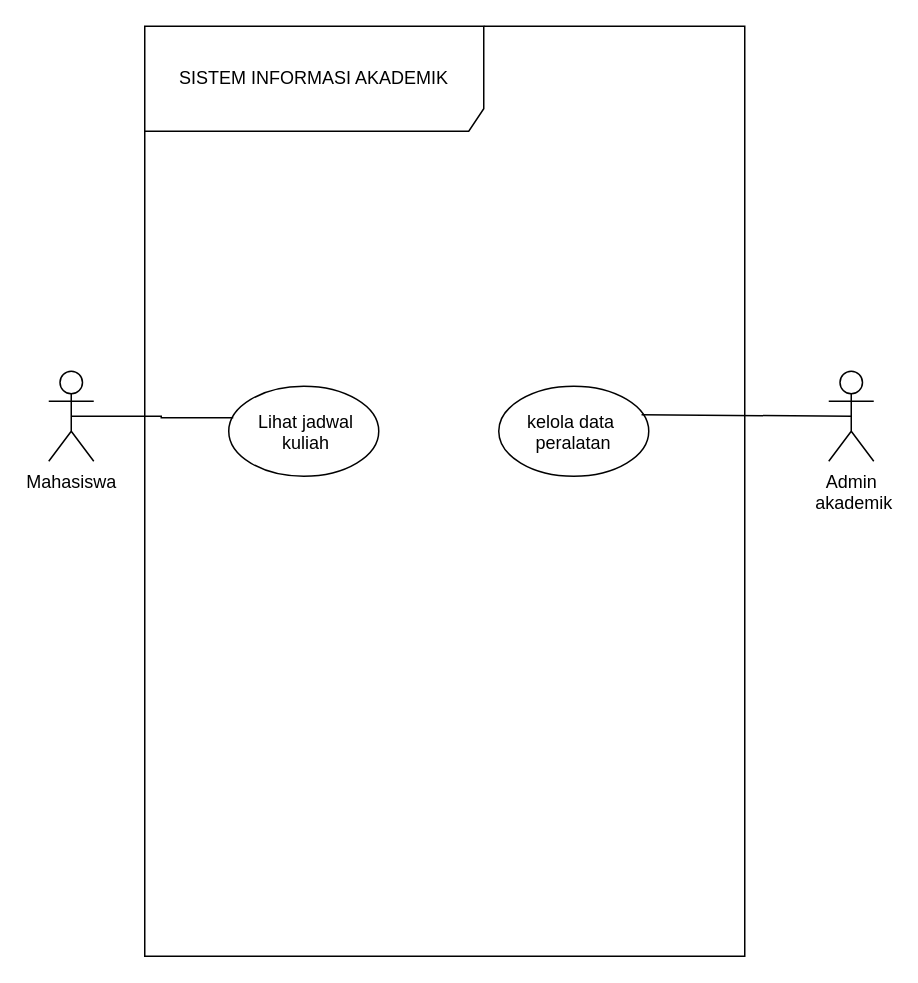
This is 03_latihan_tools/P02/SIA/P02_2406120_SIA_notasi_usecase_v01.drawio from 2406120-sys/-IFRWP5149_2406120_LabAlat.-, a draw.io file, before an edit. Source tidied: cells renumbered, new cells numbered last; positions are measured from the earlier drawing's top-left corner, leaving out a move shared by most shapes. Both pictures are drawn from the tidied source at 150%, with x=0, y=0 at pixel (48, 26).
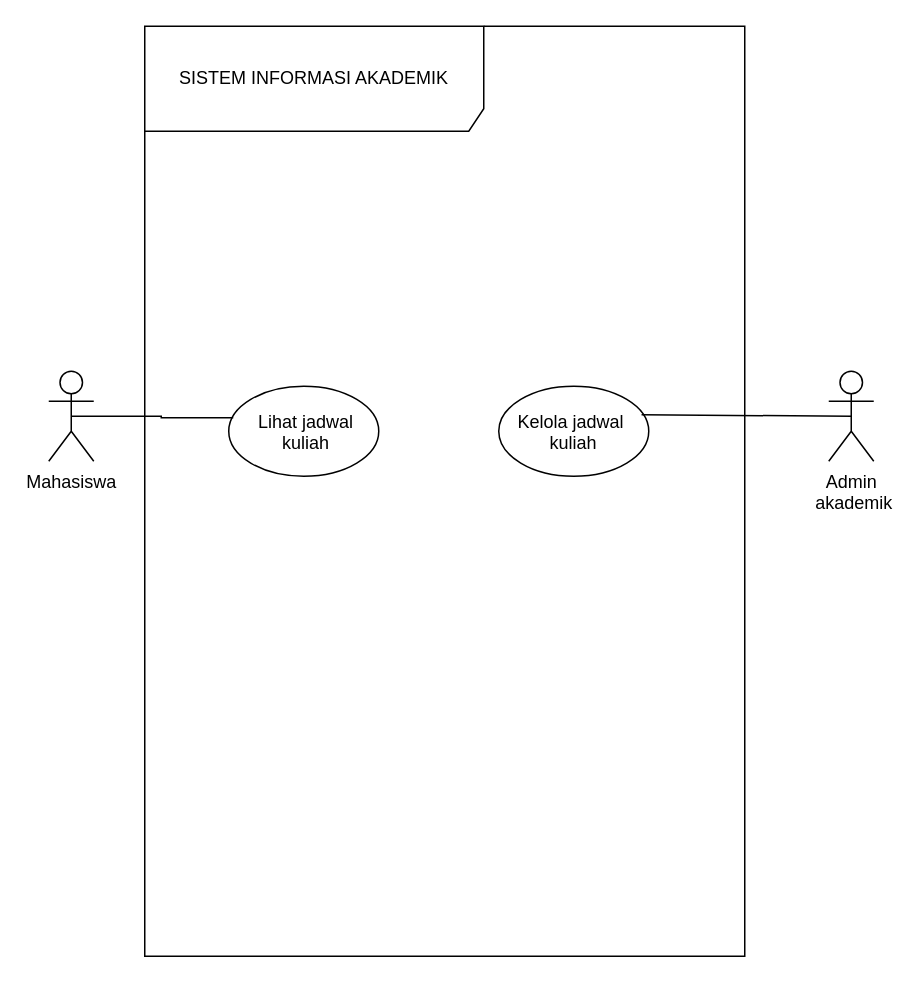
Above is the later version.

Change to the diagram source:
```diff
@@
 <mxGraphModel>
   <root>
     <mxCell id="0" />
     <mxCell id="1" parent="0" />
     <mxCell id="2" value="SISTEM INFORMASI AKADEMIK" style="shape=umlFrame;whiteSpace=wrap;html=1;width=226;height=70;" parent="1" vertex="1">
       <mxGeometry x="64" width="400" height="620" as="geometry" />
     </mxCell>
     <mxCell id="3" value=" Lihat jadwal&#10; kuliah" style="ellipse;" parent="2" vertex="1">
       <mxGeometry x="56" y="240" width="100" height="60" as="geometry" />
     </mxCell>
-    <mxCell id="4" value="kelola data &#10;peralatan" style="ellipse;" parent="2" vertex="1">
+    <mxCell id="4" value="Kelola jadwal &#10;kuliah" style="ellipse;" parent="2" vertex="1">
       <mxGeometry x="236" y="240" width="100" height="60" as="geometry" />
     </mxCell>
     <mxCell id="5" value="Mahasiswa" style="shape=umlActor;verticalLabelPosition=bottom;verticalAlign=top;html=1;" parent="1" vertex="1">
       <mxGeometry y="230" width="30" height="60" as="geometry" />
     </mxCell>
     <mxCell id="6" value="Admin&lt;div&gt;&amp;nbsp;akademik&lt;/div&gt;" style="shape=umlActor;verticalLabelPosition=bottom;verticalAlign=top;html=1;" parent="1" vertex="1">
       <mxGeometry x="520" y="230" width="30" height="60" as="geometry" />
     </mxCell>
     <mxCell id="7" style="edgeStyle=orthogonalEdgeStyle;rounded=0;jettySize=auto;html=1;exitX=0.5;exitY=0.5;exitDx=0;exitDy=0;exitPerimeter=0;entryX=0.03;entryY=0.35;entryDx=0;entryDy=0;entryPerimeter=0;endArrow=none;endFill=0;" parent="1" edge="1" source="5" target="3">
       <mxGeometry relative="1" as="geometry" />
     </mxCell>
     <mxCell id="8" style="rounded=0;jettySize=auto;html=1;exitX=0.5;exitY=0.5;exitDx=0;exitDy=0;exitPerimeter=0;endArrow=none;endFill=0;entryX=0.952;entryY=0.317;entryDx=0;entryDy=0;entryPerimeter=0;" parent="1" edge="1" source="6" target="4">
       <mxGeometry relative="1" as="geometry" />
     </mxCell>
   </root>
 </mxGraphModel>
```
